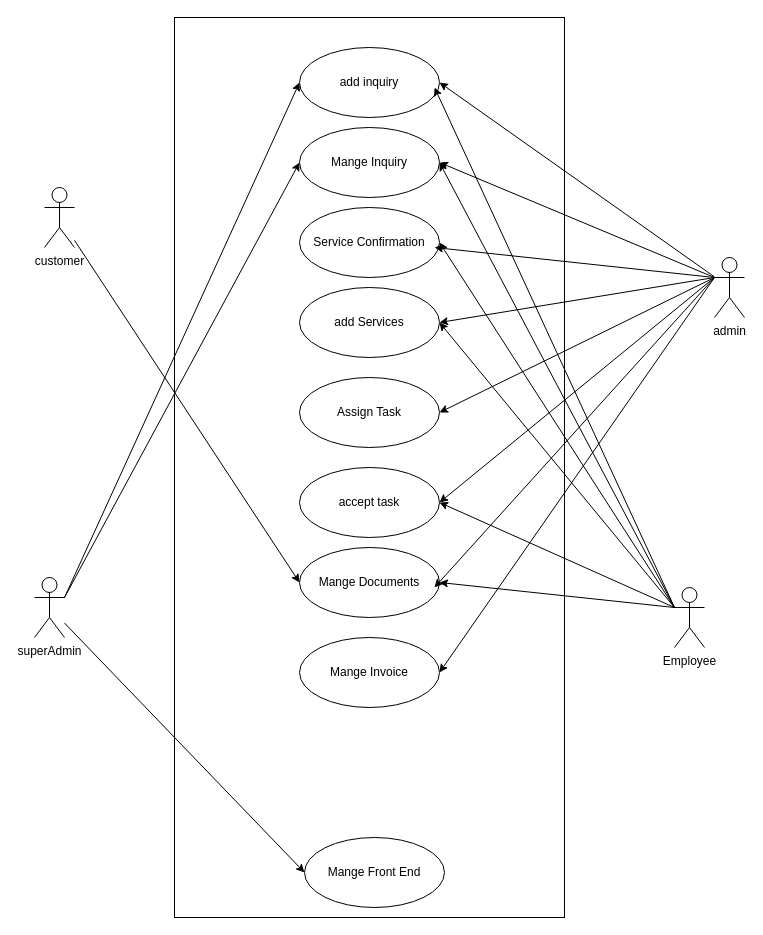
This is usecase.drawio from leancer/AH-Docs, a draw.io file, before an edit. Source tidied: cells renumbered, new cells numbered last; positions are measured from the earlier drawing's top-left corner, leaving out a move shared by most shapes. Both pictures are drawn from the tidied source at 100%, with x=0, y=0 at pixel (34, 17).
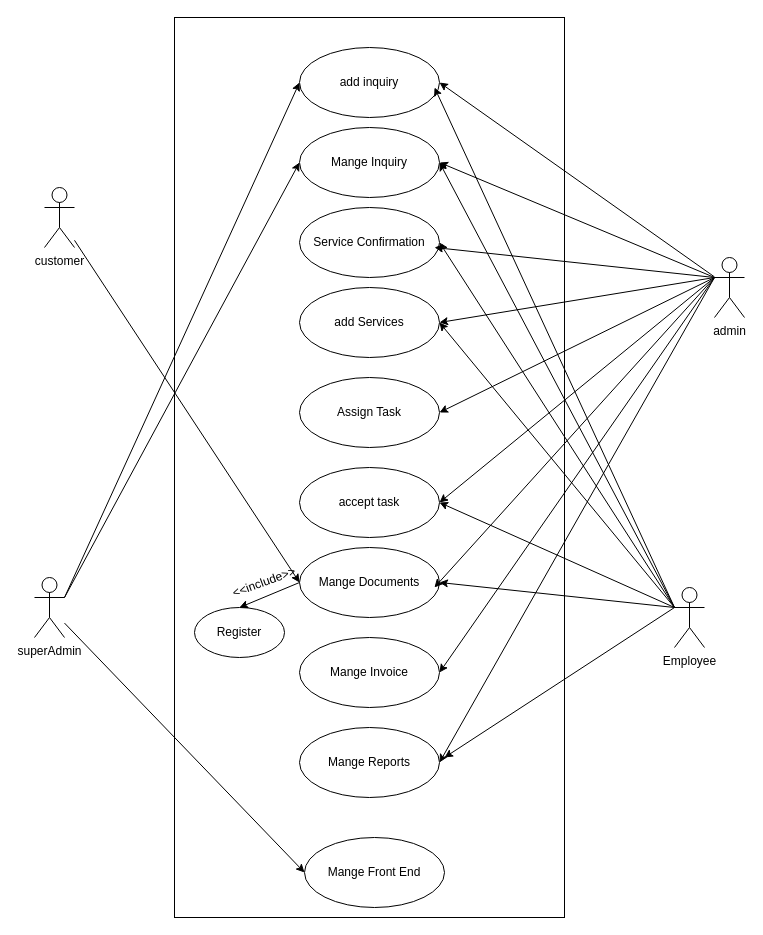
The same diagram, later.

Unchanged cells that the change refers to:
```xml
<mxCell id="13" value="admin" style="shape=umlActor;verticalLabelPosition=bottom;verticalAlign=top;html=1;fillColor=none;" parent="1" vertex="1">
  <mxGeometry x="680" y="240" width="30" height="60" as="geometry" />
</mxCell>
<mxCell id="20" value="Employee" style="shape=umlActor;verticalLabelPosition=bottom;verticalAlign=top;html=1;fillColor=none;" parent="1" vertex="1">
  <mxGeometry x="640" y="570" width="30" height="60" as="geometry" />
</mxCell>
<mxCell id="32" value="Mange Documents" style="ellipse;whiteSpace=wrap;html=1;fillColor=none;" parent="1" vertex="1">
  <mxGeometry x="265" y="530" width="140" height="70" as="geometry" />
</mxCell>
```

Change to the diagram source:
```diff
@@
+    <mxCell id="34" style="edgeStyle=none;rounded=0;jettySize=auto;html=1;exitX=0;exitY=0.3333333333333333;exitDx=0;exitDy=0;exitPerimeter=0;entryX=1;entryY=0.5;entryDx=0;entryDy=0;" parent="1" edge="1" source="13" target="39">
+      <mxGeometry relative="1" as="geometry" />
+    </mxCell>
@@
+    <mxCell id="35" style="edgeStyle=none;rounded=0;jettySize=auto;html=1;exitX=0;exitY=0.3333333333333333;exitDx=0;exitDy=0;exitPerimeter=0;" parent="1" edge="1" source="20">
+      <mxGeometry relative="1" as="geometry">
+        <mxPoint x="410" y="740" as="targetPoint" />
+      </mxGeometry>
+    </mxCell>
@@
+    <mxCell id="36" style="rounded=0;jettySize=auto;html=1;exitX=0;exitY=0.5;exitDx=0;exitDy=0;entryX=0.5;entryY=0;entryDx=0;entryDy=0;" parent="1" edge="1" source="32" target="37">
+      <mxGeometry relative="1" as="geometry" />
+    </mxCell>
@@
+    <mxCell id="37" value="Register" style="ellipse;whiteSpace=wrap;html=1;fillColor=none;" parent="1" vertex="1">
+      <mxGeometry x="160" y="590" width="90" height="50" as="geometry" />
+    </mxCell>
+    <mxCell id="38" value="&amp;lt;&amp;lt;include&amp;gt;&amp;gt;" style="text;html=1;strokeColor=none;fillColor=none;align=center;verticalAlign=middle;whiteSpace=wrap;rounded=0;rotation=-20;" parent="1" vertex="1">
+      <mxGeometry x="210" y="555" width="40" height="20" as="geometry" />
+    </mxCell>
+    <mxCell id="39" value="Mange Reports" style="ellipse;whiteSpace=wrap;html=1;fillColor=none;" parent="1" vertex="1">
+      <mxGeometry x="265" y="710" width="140" height="70" as="geometry" />
+    </mxCell>
```
